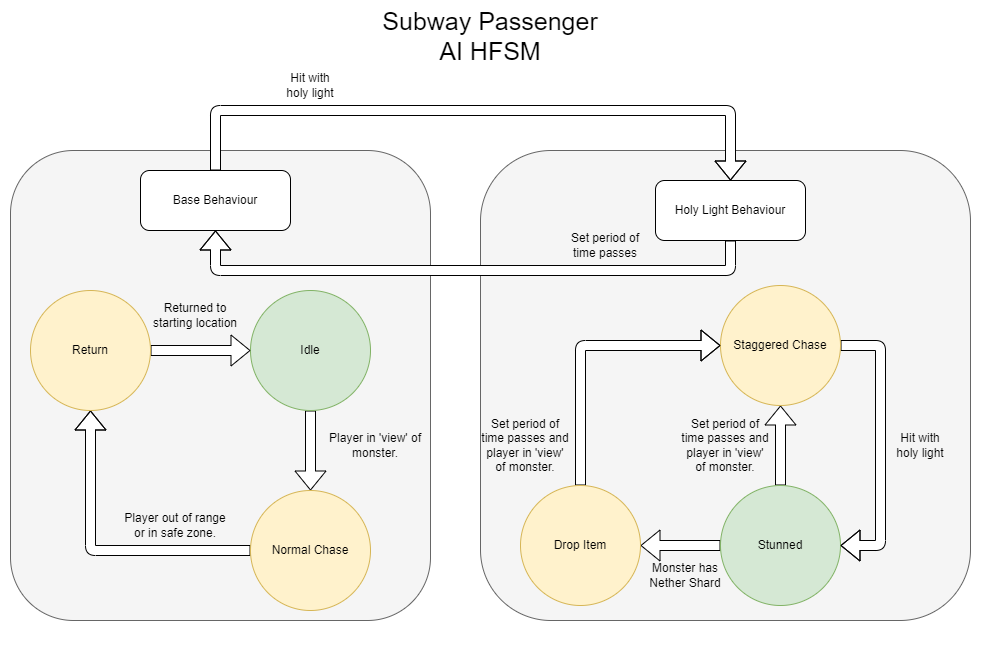
zkturman/HalloweenJam keeps this draw.io diagram as TechnicalDocumentation/PassengerAIFSM.png. Above is the earlier version. Source tidied: cells renumbered, new cells last; positions are measured from the earlier drawing's top-left corner, leaving out a move shared by most shapes.
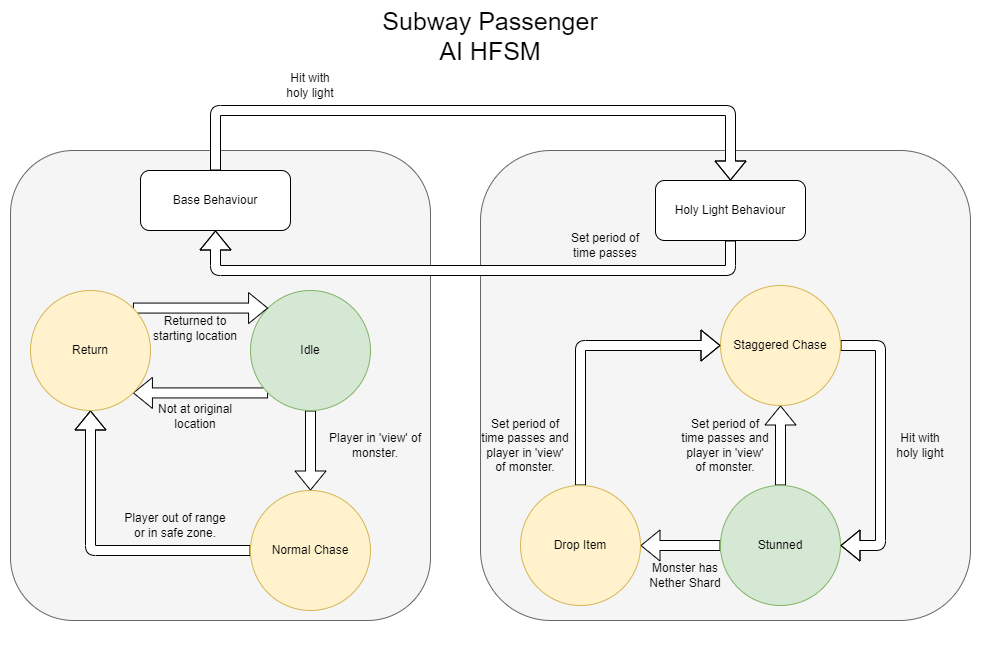
After the change.

Diff of the diagram source:
```diff
@@ -14,6 +14,9 @@
     <mxCell id="5" style="edgeStyle=orthogonalEdgeStyle;rounded=1;jettySize=auto;html=1;exitX=0.5;exitY=1;exitDx=0;exitDy=0;entryX=0.5;entryY=0;entryDx=0;entryDy=0;shape=flexArrow;fillColor=default;" parent="1" edge="1" source="6" target="8">
       <mxGeometry relative="1" as="geometry" />
     </mxCell>
+    <mxCell id="32" style="edgeStyle=orthogonalEdgeStyle;shape=flexArrow;rounded=1;jettySize=auto;html=1;exitX=0;exitY=1;exitDx=0;exitDy=0;entryX=1;entryY=1;entryDx=0;entryDy=0;fontSize=25;fillColor=default;" parent="1" edge="1" source="6" target="15">
+      <mxGeometry relative="1" as="geometry" />
+    </mxCell>
     <mxCell id="6" value="Idle" style="ellipse;whiteSpace=wrap;html=1;shadow=0;fillColor=#d5e8d4;strokeColor=#82b366;" parent="1" vertex="1">
       <mxGeometry x="250" y="290" width="120" height="120" as="geometry" />
     </mxCell>
@@ -43,7 +46,7 @@
     <mxCell id="13" value="Staggered Chase" style="ellipse;whiteSpace=wrap;html=1;shadow=0;fillColor=#fff2cc;strokeColor=#d6b656;" parent="1" vertex="1">
       <mxGeometry x="720" y="285" width="120" height="120" as="geometry" />
     </mxCell>
-    <mxCell id="14" style="edgeStyle=orthogonalEdgeStyle;shape=flexArrow;rounded=1;jettySize=auto;html=1;exitX=1;exitY=0.5;exitDx=0;exitDy=0;fillColor=default;" parent="1" edge="1" source="15" target="6">
+    <mxCell id="14" style="edgeStyle=orthogonalEdgeStyle;shape=flexArrow;rounded=1;jettySize=auto;html=1;exitX=1;exitY=0;exitDx=0;exitDy=0;entryX=0;entryY=0;entryDx=0;entryDy=0;fontSize=25;fillColor=default;" parent="1" edge="1" source="15" target="6">
       <mxGeometry relative="1" as="geometry" />
     </mxCell>
     <mxCell id="15" value="Return" style="ellipse;whiteSpace=wrap;html=1;shadow=0;fillColor=#fff2cc;strokeColor=#d6b656;" parent="1" vertex="1">
@@ -72,7 +75,7 @@
       <mxGeometry x="655" y="180" width="150" height="60" as="geometry" />
     </mxCell>
     <mxCell id="20" value="Returned to starting location" style="text;html=1;strokeColor=none;fillColor=none;align=center;verticalAlign=middle;whiteSpace=wrap;rounded=0;shadow=0;" parent="1" vertex="1">
-      <mxGeometry x="150" y="300" width="90" height="30" as="geometry" />
+      <mxGeometry x="150" y="313" width="90" height="30" as="geometry" />
     </mxCell>
     <mxCell id="21" value="Player out of range or in safe zone." style="text;html=1;strokeColor=none;fillColor=none;align=center;verticalAlign=middle;whiteSpace=wrap;rounded=0;shadow=0;" parent="1" vertex="1">
       <mxGeometry x="120" y="510" width="110" height="30" as="geometry" />
@@ -107,5 +110,8 @@
     <mxCell id="31" value="Subway Passenger AI HFSM" style="text;html=1;strokeColor=none;fillColor=none;align=center;verticalAlign=middle;whiteSpace=wrap;rounded=0;shadow=0;fontSize=25;" parent="1" vertex="1">
       <mxGeometry x="370" y="20" width="240" height="30" as="geometry" />
     </mxCell>
+    <mxCell id="33" value="Not at original location" style="text;html=1;strokeColor=none;fillColor=none;align=center;verticalAlign=middle;whiteSpace=wrap;rounded=0;shadow=0;" parent="1" vertex="1">
+      <mxGeometry x="150" y="401" width="90" height="30" as="geometry" />
+    </mxCell>
   </root>
 </mxGraphModel>
```
